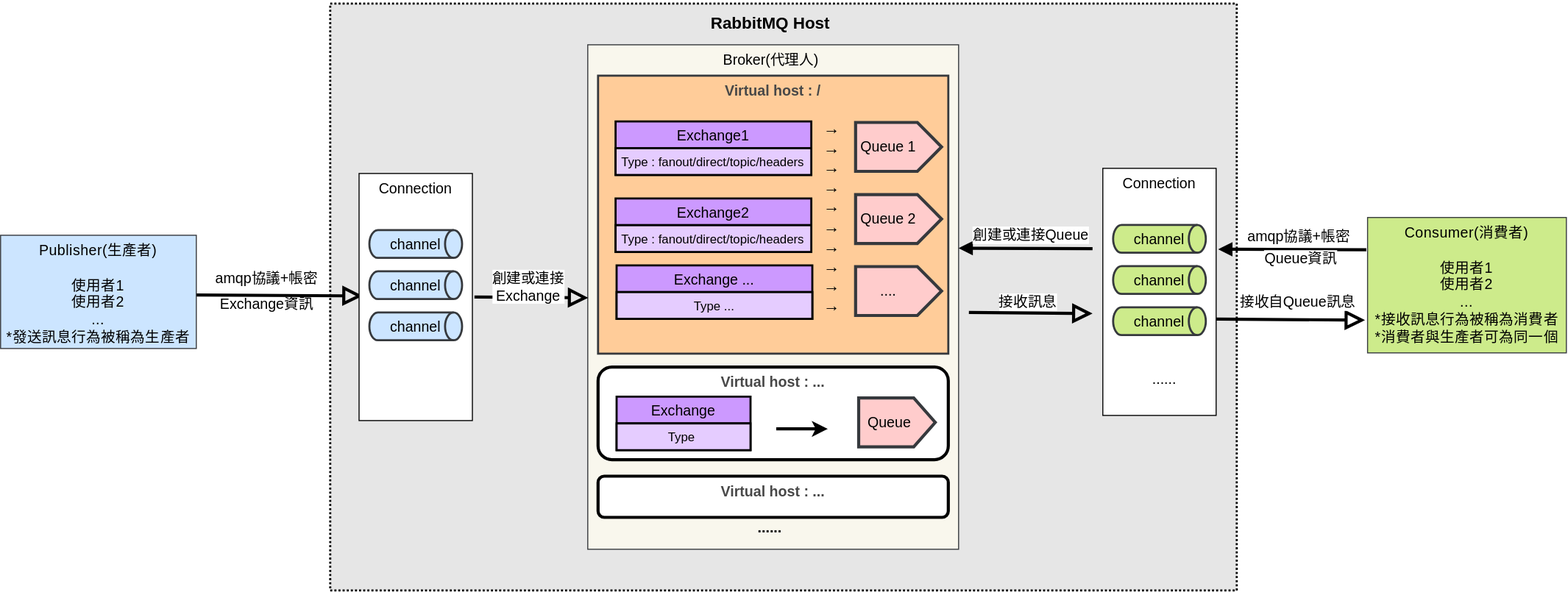
Above: RabbitMQ 學習筆記/RabbitMQ_Flow_Diagram.svg in DukeHuangWP/HackMD (draw.io), before the change. Source tidied: cells renumbered, new cells last; positions are measured from the earlier drawing's top-left corner, leaving out a move shared by most shapes.
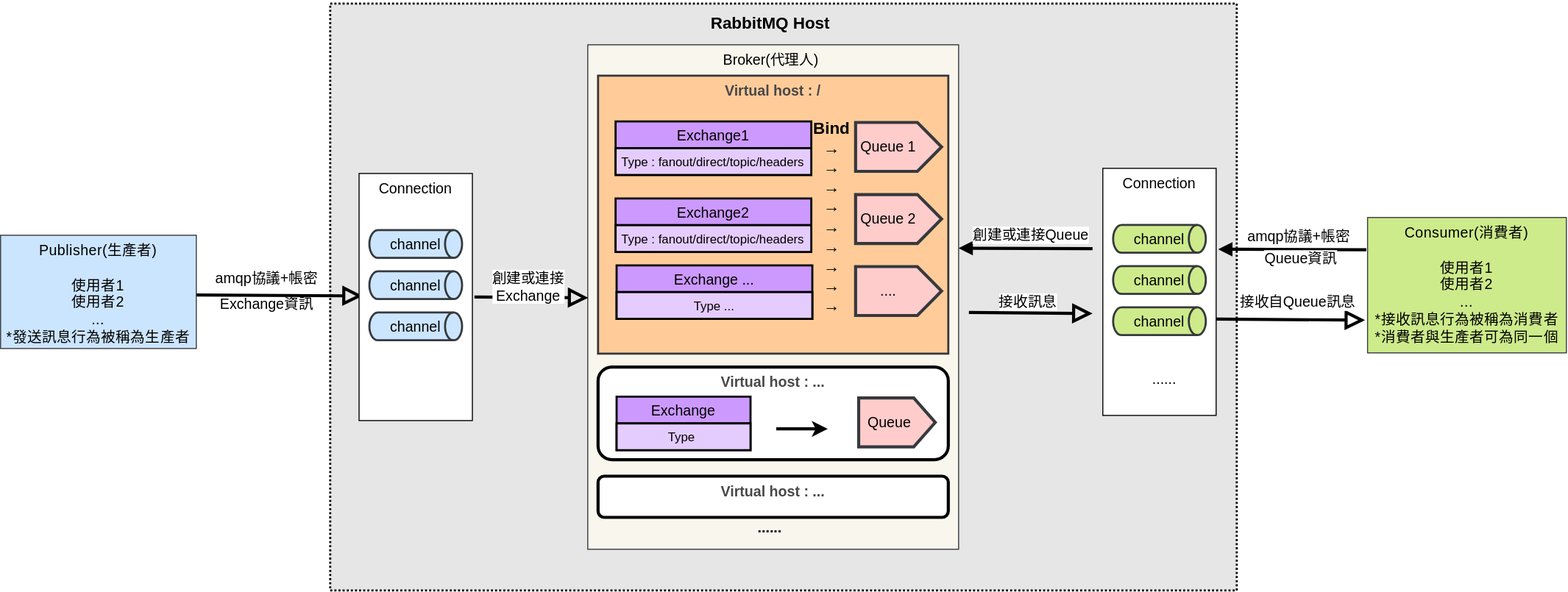
The same file after the commit.

Diff of the diagram source:
```diff
@@ -113,7 +113,7 @@
     <mxCell id="35" value="Type ..." style="text;align=center;verticalAlign=top;spacingLeft=4;spacingRight=4;overflow=hidden;fillColor=#E5CCFF;strokeWidth=2;strokeColor=#000000;" parent="34" vertex="1">
       <mxGeometry y="26" width="190" height="26" as="geometry" />
     </mxCell>
-    <mxCell id="36" value="&lt;b style=&quot;font-size: 16px&quot;&gt;→&lt;br&gt;→&lt;br&gt;→&lt;br&gt;→&lt;br&gt;→&lt;br&gt;→&lt;br&gt;→&lt;br&gt;→&lt;br&gt;→&lt;br&gt;→&lt;/b&gt;" style="text;html=1;strokeColor=none;fillColor=none;align=center;verticalAlign=middle;whiteSpace=wrap;rounded=0;labelBackgroundColor=none;fontFamily=Helvetica;fontSize=14;fontColor=#000000;" parent="1" vertex="1">
+    <mxCell id="36" value="&lt;b style=&quot;font-size: 16px&quot;&gt;Bind&lt;br&gt;→&lt;br&gt;→&lt;br&gt;→&lt;br&gt;→&lt;br&gt;→&lt;br&gt;→&lt;br&gt;→&lt;br&gt;→&lt;br&gt;→&lt;/b&gt;" style="text;html=1;strokeColor=none;fillColor=none;align=center;verticalAlign=middle;whiteSpace=wrap;rounded=0;labelBackgroundColor=none;fontFamily=Helvetica;fontSize=14;fontColor=#000000;" parent="1" vertex="1">
       <mxGeometry x="787" y="130" width="40" height="160" as="geometry" />
     </mxCell>
     <mxCell id="37" style="group;" parent="1" vertex="1">
```
